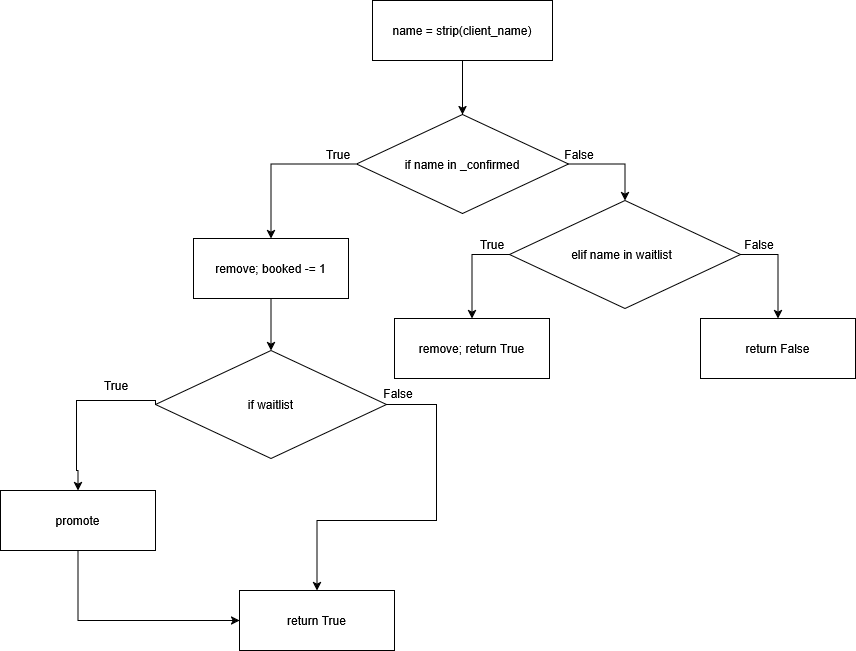
This is cancel_booking_cfg.drawio.png from denisamihaila/TSS_Proiect, a draw.io export, as it was before one commit. Source tidied: cells renumbered, new cells last; positions are measured from the earlier drawing's top-left corner, leaving out a move shared by most shapes.
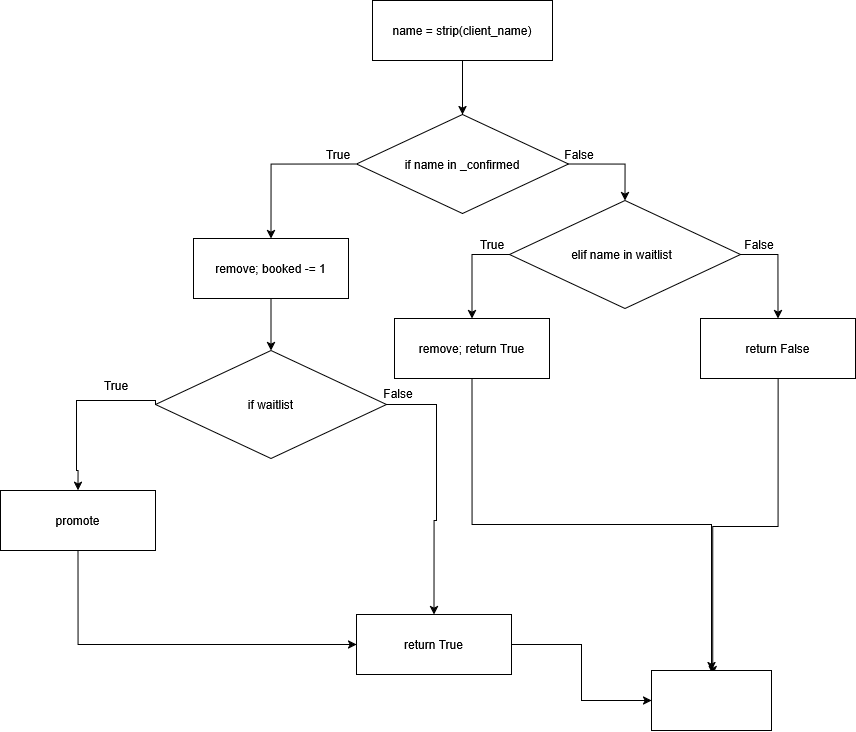
After the commit.

What changed in the source:
```diff
@@ -35,9 +35,17 @@
     <mxCell id="12" value="elif name in waitlist&lt;span style=&quot;white-space: pre;&quot;&gt;&#9;&lt;/span&gt;" style="rhombus;whiteSpace=wrap;html=1;verticalAlign=middle;" parent="1" vertex="1">
       <mxGeometry x="509" y="200" width="231" height="108" as="geometry" />
     </mxCell>
+    <mxCell id="27" style="edgeStyle=orthogonalEdgeStyle;rounded=0;jettySize=auto;html=1;exitX=0.5;exitY=1;exitDx=0;exitDy=0;" parent="1" edge="1" source="13">
+      <mxGeometry relative="1" as="geometry">
+        <mxPoint x="712.1" y="674" as="targetPoint" />
+      </mxGeometry>
+    </mxCell>
     <mxCell id="13" value="return False" style="rounded=0;whiteSpace=wrap;html=1;" parent="1" vertex="1">
       <mxGeometry x="700" y="318" width="155" height="60" as="geometry" />
     </mxCell>
+    <mxCell id="28" style="edgeStyle=orthogonalEdgeStyle;rounded=0;jettySize=auto;html=1;exitX=0.5;exitY=1;exitDx=0;exitDy=0;entryX=0.5;entryY=0;entryDx=0;entryDy=0;" parent="1" edge="1" source="14" target="30">
+      <mxGeometry relative="1" as="geometry" />
+    </mxCell>
     <mxCell id="14" value="remove; return True" style="rounded=0;whiteSpace=wrap;html=1;" parent="1" vertex="1">
       <mxGeometry x="394" y="318" width="155" height="60" as="geometry" />
     </mxCell>
@@ -64,7 +72,7 @@
         <Array as="points">
           <mxPoint x="436" y="404" />
           <mxPoint x="436" y="520" />
-          <mxPoint x="317" y="520" />
+          <mxPoint x="434" y="520" />
         </Array>
       </mxGeometry>
     </mxCell>
@@ -77,8 +85,11 @@
     <mxCell id="22" value="promote" style="rounded=0;whiteSpace=wrap;html=1;" parent="1" vertex="1">
       <mxGeometry y="490" width="155" height="60" as="geometry" />
     </mxCell>
+    <mxCell id="29" style="edgeStyle=orthogonalEdgeStyle;rounded=0;jettySize=auto;html=1;exitX=1;exitY=0.5;exitDx=0;exitDy=0;" parent="1" edge="1" source="23" target="30">
+      <mxGeometry relative="1" as="geometry" />
+    </mxCell>
     <mxCell id="23" value="return True" style="rounded=0;whiteSpace=wrap;html=1;" parent="1" vertex="1">
-      <mxGeometry x="239" y="590" width="155" height="60" as="geometry" />
+      <mxGeometry x="356" y="614" width="155" height="60" as="geometry" />
     </mxCell>
     <mxCell id="24" value="True" style="text;html=1;whiteSpace=wrap;strokeColor=none;fillColor=none;align=center;verticalAlign=middle;rounded=0;" parent="1" vertex="1">
       <mxGeometry x="86" y="370" width="60" height="30" as="geometry" />
@@ -89,5 +100,8 @@
     <mxCell id="26" value="&lt;br&gt;name = strip(client_name)&lt;div&gt;&lt;br&gt;&lt;/div&gt;" style="rounded=0;whiteSpace=wrap;html=1;" parent="1" vertex="1">
       <mxGeometry x="372" width="180" height="60" as="geometry" />
     </mxCell>
+    <mxCell id="30" style="rounded=0;whiteSpace=wrap;html=1;" parent="1" vertex="1">
+      <mxGeometry x="651" y="670" width="120" height="60" as="geometry" />
+    </mxCell>
   </root>
 </mxGraphModel>
```
